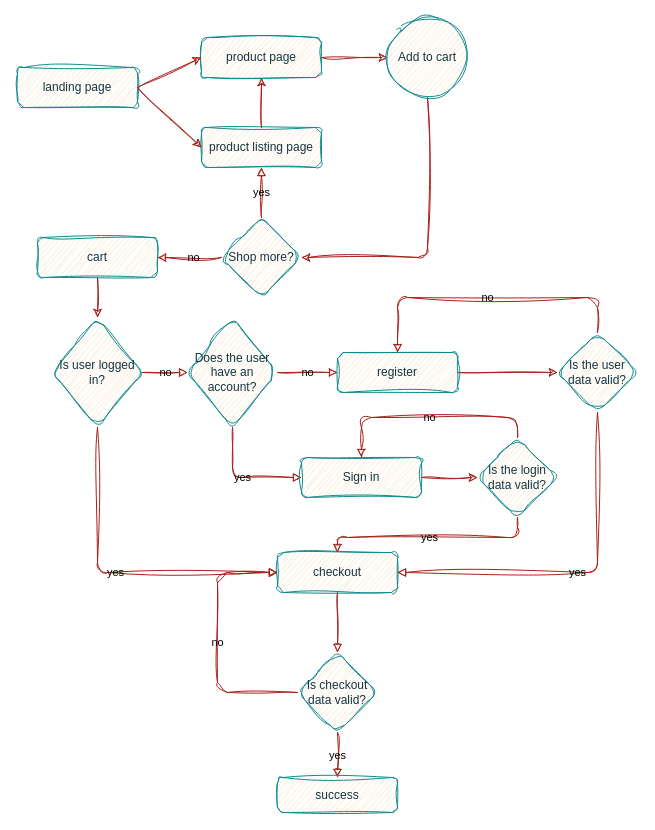
The draw.io diagram Неозаглавена диаграма.drawio in ser-hub/fitmissive-docs, before the edit. Source tidied: cells renumbered, new cells numbered last; positions are measured from the earlier drawing's top-left corner, leaving out a move shared by most shapes. Both pictures are drawn from the tidied source at 100%, with x=0, y=0 at pixel (17, 17).
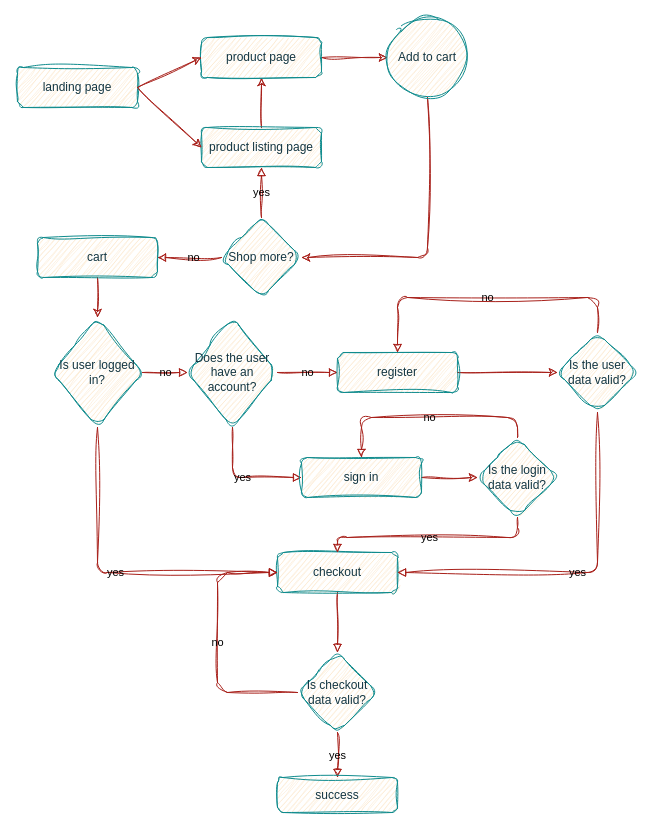
The same page after the edit.

Change to the diagram source:
```diff
@@
-    <mxCell id="25" value="Sign in" style="rounded=1;whiteSpace=wrap;html=1;sketch=1;curveFitting=1;jiggle=2;labelBackgroundColor=none;fillColor=#FAE5C7;strokeColor=#0F8B8D;fontColor=#143642;" parent="1" vertex="1">
+    <mxCell id="25" value="sign in" style="rounded=1;whiteSpace=wrap;html=1;sketch=1;curveFitting=1;jiggle=2;labelBackgroundColor=none;fillColor=#FAE5C7;strokeColor=#0F8B8D;fontColor=#143642;" parent="1" vertex="1">
       <mxGeometry x="284" y="440" width="120" height="40" as="geometry" />
     </mxCell>
```
